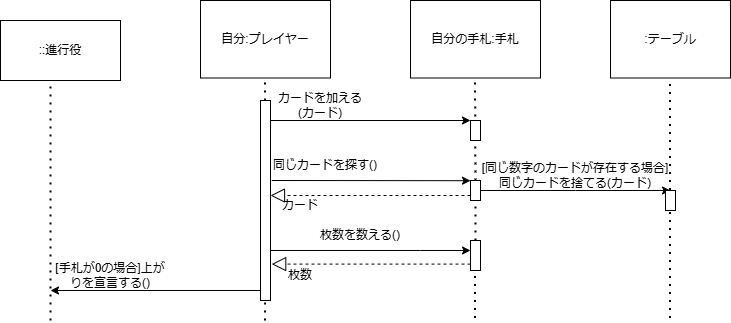
Earlier version of the draw.io export work6-6.drawio.png (kenboasakura/why_java). Source tidied: cells renumbered, new cells last; positions are measured from the earlier drawing's top-left corner, leaving out a move shared by most shapes.
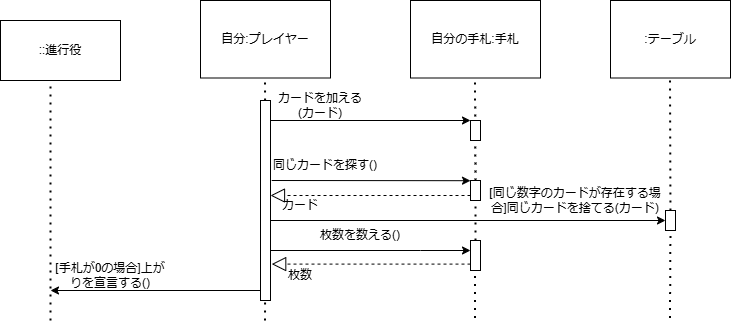
After the change.

Diff of the diagram source:
```diff
@@ -33,9 +33,8 @@
         <mxPoint x="474.5" y="77.5" as="targetPoint" />
       </mxGeometry>
     </mxCell>
-    <mxCell id="10" style="endArrow=none;dashed=1;html=1;dashPattern=1 3;strokeWidth=2;rounded=0;" parent="1" edge="1">
+    <mxCell id="10" style="endArrow=none;dashed=1;html=1;dashPattern=1 3;strokeWidth=2;rounded=0;" parent="1" edge="1" source="25">
       <mxGeometry relative="1" as="geometry">
-        <mxPoint x="669.5" y="317.5" as="sourcePoint" />
         <mxPoint x="669.5" y="77.5" as="targetPoint" />
       </mxGeometry>
     </mxCell>
@@ -88,20 +87,12 @@
     <mxCell id="21" style="endArrow=none;dashed=1;html=1;dashPattern=1 3;strokeWidth=2;rounded=0;" parent="1" edge="1" source="29" target="23">
       <mxGeometry relative="1" as="geometry" />
     </mxCell>
-    <mxCell id="22" style="edgeStyle=orthogonalEdgeStyle;rounded=0;jettySize=auto;html=1;exitX=1;exitY=0.5;exitDx=0;exitDy=0;" parent="1" edge="1" source="23">
-      <mxGeometry relative="1" as="geometry">
-        <mxPoint x="670" y="190" as="targetPoint" />
-      </mxGeometry>
-    </mxCell>
     <mxCell id="23" style="rounded=0;whiteSpace=wrap;html=1;" parent="1" vertex="1">
       <mxGeometry x="470" y="180" width="10" height="20" as="geometry" />
     </mxCell>
     <mxCell id="24" value="[同じ数字のカードが存在する場合]同じカードを捨てる(カード)" style="text;html=1;align=center;verticalAlign=middle;whiteSpace=wrap;rounded=0;" parent="1" vertex="1">
-      <mxGeometry x="480" y="160" width="190" height="30" as="geometry" />
+      <mxGeometry x="485" y="190" width="180" height="20" as="geometry" />
     </mxCell>
-    <mxCell id="25" style="rounded=0;whiteSpace=wrap;html=1;" parent="1" vertex="1">
-      <mxGeometry x="665" y="190" width="10" height="20" as="geometry" />
-    </mxCell>
     <mxCell id="26" value="枚数を数える()" style="text;html=1;align=center;verticalAlign=middle;whiteSpace=wrap;rounded=0;" parent="1" vertex="1">
       <mxGeometry x="270" y="220" width="180" height="30" as="geometry" />
     </mxCell>
@@ -121,11 +112,28 @@
     <mxCell id="30" style="endArrow=block;dashed=1;endFill=0;endSize=12;html=1;rounded=0;entryX=1.12;entryY=0.818;entryDx=0;entryDy=0;entryPerimeter=0;" parent="1" edge="1" source="29" target="15">
       <mxGeometry relative="1" as="geometry" />
     </mxCell>
+    <mxCell id="33" style="edgeStyle=orthogonalEdgeStyle;rounded=0;orthogonalLoop=1;jettySize=auto;html=1;exitX=0;exitY=1;exitDx=0;exitDy=0;entryX=0;entryY=0.5;entryDx=0;entryDy=0;" parent="1" edge="1">
+      <mxGeometry relative="1" as="geometry">
+        <mxPoint x="270" y="230" as="sourcePoint" />
+        <mxPoint x="665" y="220" as="targetPoint" />
+        <Array as="points">
+          <mxPoint x="270" y="220" />
+        </Array>
+      </mxGeometry>
+    </mxCell>
     <mxCell id="31" value="カード" style="text;html=1;align=center;verticalAlign=middle;whiteSpace=wrap;rounded=0;" parent="1" vertex="1">
       <mxGeometry x="270" y="190" width="60" height="30" as="geometry" />
     </mxCell>
     <mxCell id="32" value="枚数" style="text;html=1;align=center;verticalAlign=middle;whiteSpace=wrap;rounded=0;" parent="1" vertex="1">
       <mxGeometry x="270" y="260" width="60" height="30" as="geometry" />
     </mxCell>
+    <mxCell id="34" style="endArrow=none;dashed=1;html=1;dashPattern=1 3;strokeWidth=2;rounded=0;" parent="1" edge="1" target="25">
+      <mxGeometry relative="1" as="geometry">
+        <mxPoint x="669.5" y="317.5" as="sourcePoint" />
+      </mxGeometry>
+    </mxCell>
+    <mxCell id="25" style="rounded=0;whiteSpace=wrap;html=1;" parent="1" vertex="1">
+      <mxGeometry x="665" y="210" width="10" height="20" as="geometry" />
+    </mxCell>
   </root>
 </mxGraphModel>
```
